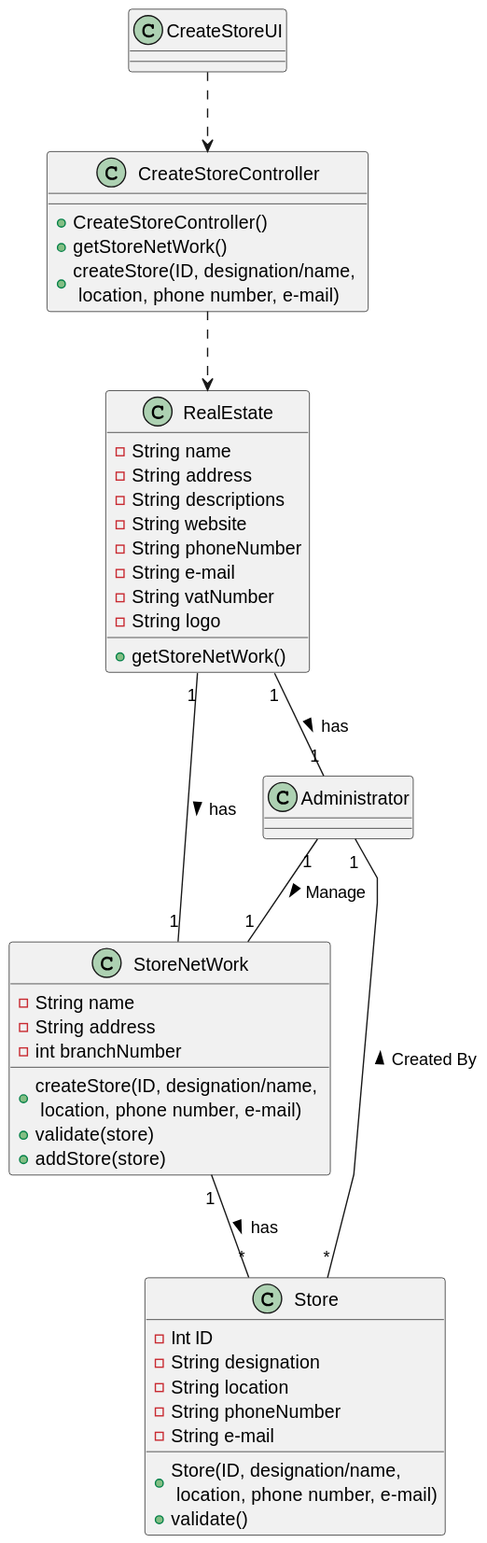
The PlantUML diagram lei-22-s2-1do-g68/docs/sprintA/us005/03.design/svg/us005-ClassDiagram.svg in hugosilva2901/lei-22-s2-1DO-g68, before a commit.
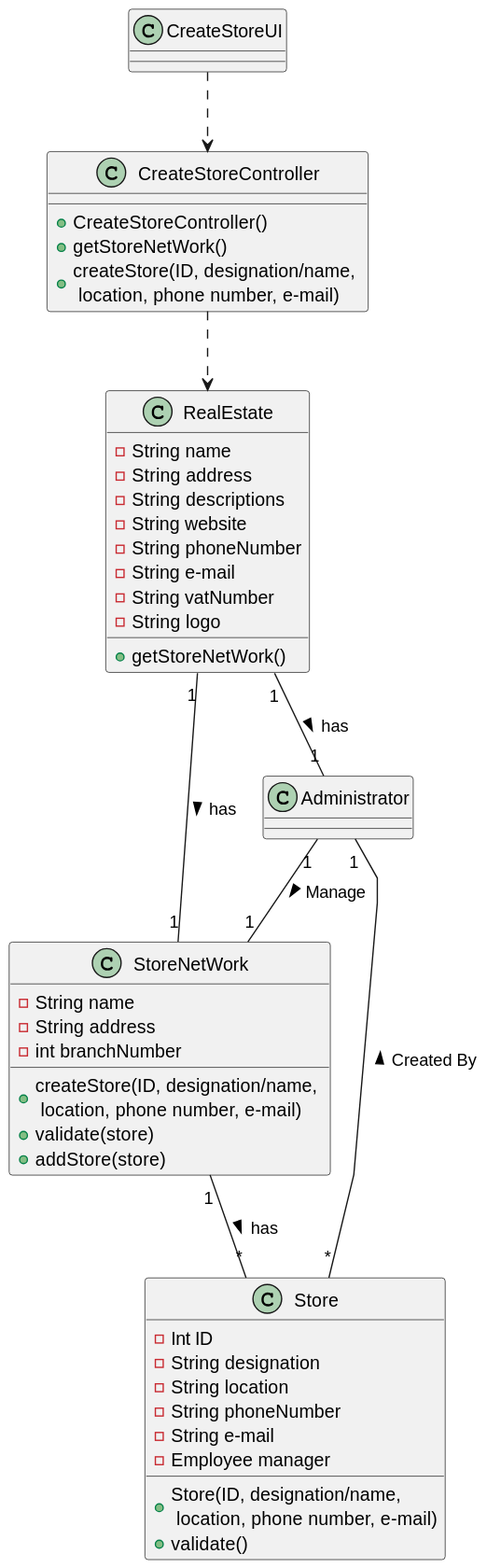
After the change.

The edit, as a diff of the source:
```diff
@@ -49,6 +49,7 @@
     - String location
     - String phoneNumber
     - String e-mail
+    - Employee manager
 
 }
 
```
